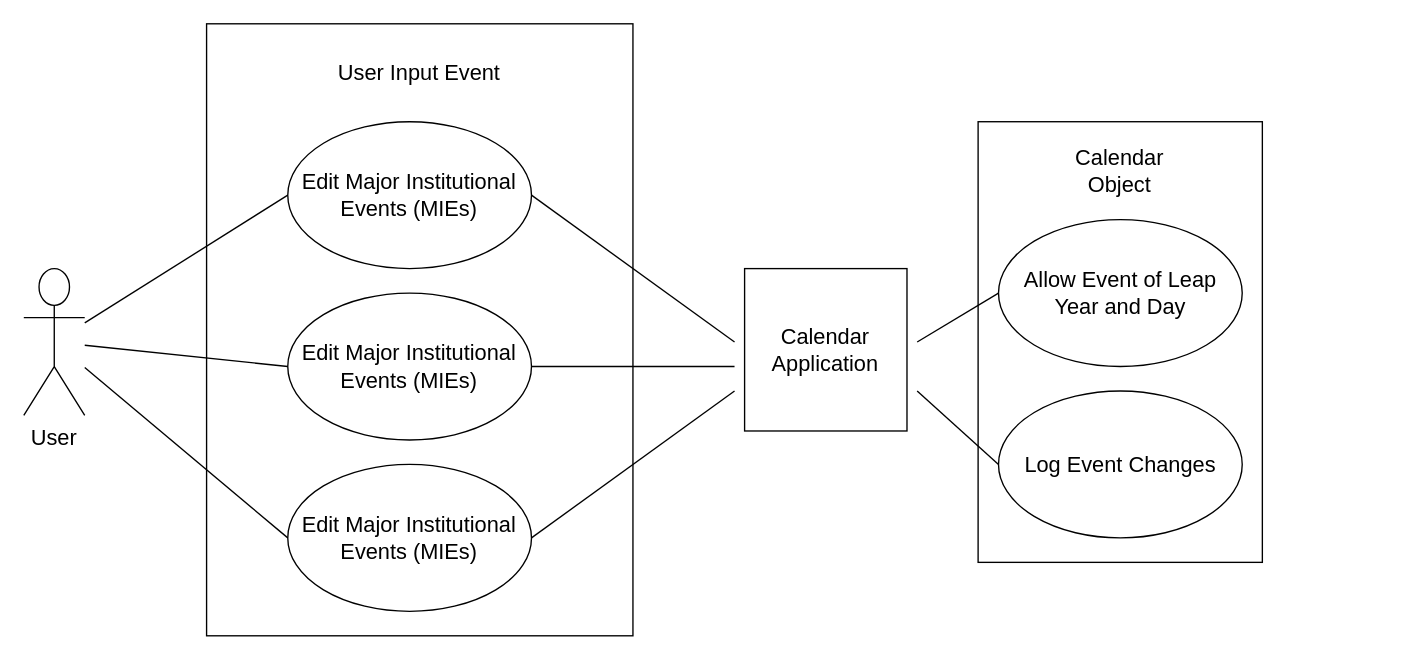
Above: artifacts/use_case_diagrams/Use-Case 10-11.drawio in tunnellm/GVSU-CIS350-TEAM_18 (draw.io), before the change. Source tidied: cells renumbered, new cells numbered last; positions are measured from the earlier drawing's top-left corner, leaving out a move shared by most shapes. Both pictures are drawn from the tidied source at 136%, with x=0, y=0 at pixel (23, 23).
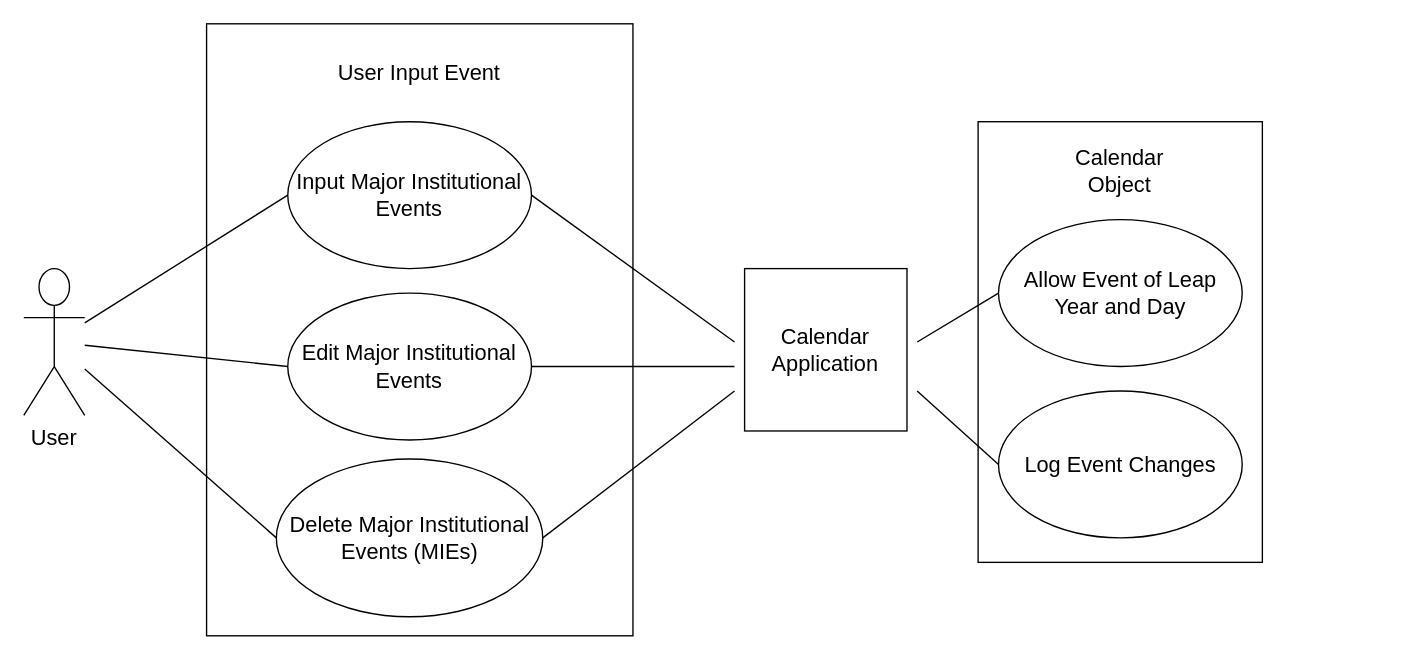
The same page after the edit.

Commit message (it also covers changes not shown here):
Modified User Event Use-Cases

Unchanged cells that the change refers to:
```xml
<mxCell id="6" style="group;" parent="5" vertex="1">
  <mxGeometry width="910.7" height="450" as="geometry" />
</mxCell>
```

Diff of the diagram source:
```diff
@@
-    <mxCell id="11" value="&lt;font style=&quot;font-size: 16px&quot;&gt;Edit Major Institutional Events (MIEs)&lt;/font&gt;" style="ellipse;whiteSpace=wrap;html=1;" parent="6" vertex="1">
+    <mxCell id="11" value="&lt;font style=&quot;font-size: 16px&quot;&gt;Input Major Institutional Events&lt;/font&gt;" style="ellipse;whiteSpace=wrap;html=1;" parent="6" vertex="1">
       <mxGeometry x="194.1" y="72" width="179.2" height="108" as="geometry" />
     </mxCell>
@@
-    <mxCell id="14" value="&lt;font style=&quot;font-size: 16px&quot;&gt;Edit Major Institutional Events (MIEs)&lt;/font&gt;" style="ellipse;whiteSpace=wrap;html=1;" parent="6" vertex="1">
+    <mxCell id="14" value="&lt;font style=&quot;font-size: 16px&quot;&gt;Edit Major Institutional Events&lt;/font&gt;" style="ellipse;whiteSpace=wrap;html=1;" parent="6" vertex="1">
       <mxGeometry x="194.1" y="198" width="179.2" height="108" as="geometry" />
     </mxCell>
-    <mxCell id="15" value="&lt;font style=&quot;font-size: 16px&quot;&gt;Edit Major Institutional Events (MIEs)&lt;/font&gt;" style="ellipse;whiteSpace=wrap;html=1;" parent="6" vertex="1">
-      <mxGeometry x="194.1" y="324" width="179.2" height="108" as="geometry" />
+    <mxCell id="15" value="&lt;font style=&quot;font-size: 16px&quot;&gt;Delete Major Institutional Events (MIEs)&lt;/font&gt;" style="ellipse;whiteSpace=wrap;html=1;" parent="6" vertex="1">
+      <mxGeometry x="185.7" y="320" width="195.9" height="116" as="geometry" />
     </mxCell>
```
